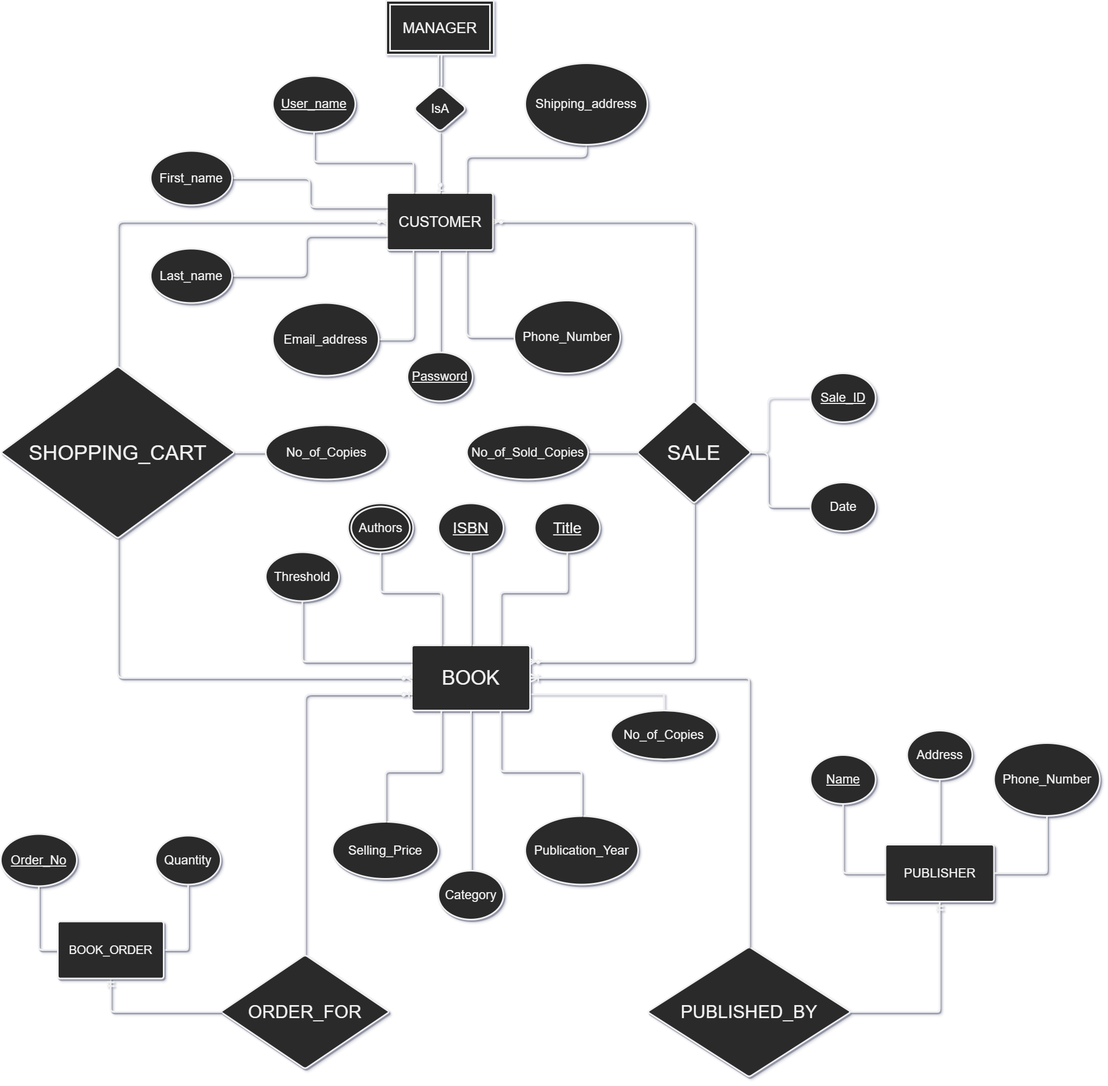
This is ERD.png from MarwanAshrafGouda/BookOrderProcessingSystem, a draw.io export, as it was before one commit. Source tidied: cells renumbered, new cells last; positions are measured from the earlier drawing's top-left corner, leaving out a move shared by most shapes.
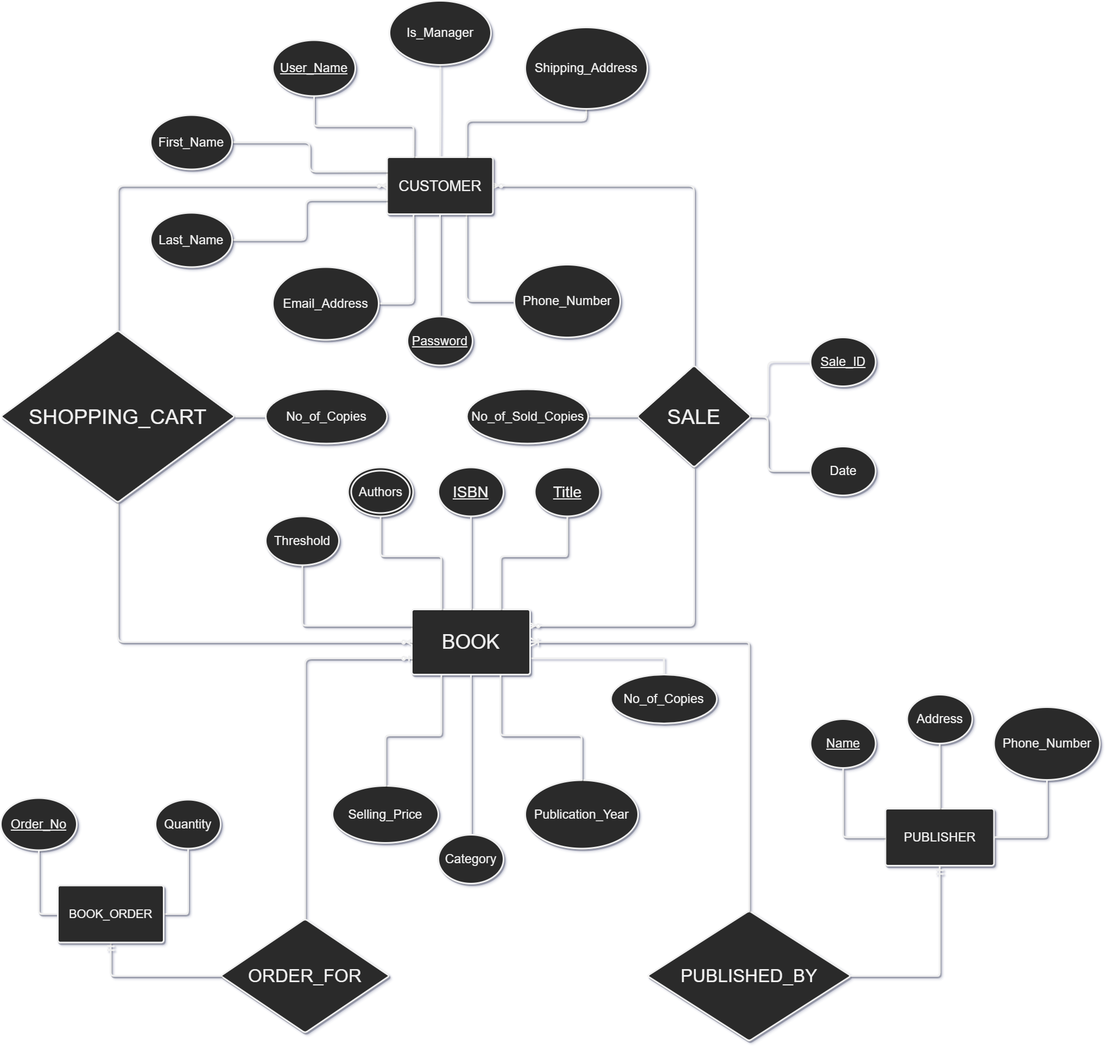
Later version of the same file.

The edit, as a diff of the source:
```diff
@@ -167,7 +167,7 @@
         </Array>
       </mxGeometry>
     </mxCell>
-    <mxCell id="37" value="Last_name" style="html=1;overflow=block;blockSpacing=1;whiteSpace=wrap;ellipse;whiteSpace=wrap;fontSize=23.3;spacing=3.8;strokeOpacity=100;absoluteArcSize=1;arcSize=9;strokeWidth=3;fontFamily=Helvetica;labelBackgroundColor=none;labelBorderColor=none;shadow=1;rounded=1;" parent="1" vertex="1">
+    <mxCell id="37" value="Last_Name" style="html=1;overflow=block;blockSpacing=1;whiteSpace=wrap;ellipse;whiteSpace=wrap;fontSize=23.3;spacing=3.8;strokeOpacity=100;absoluteArcSize=1;arcSize=9;strokeWidth=3;fontFamily=Helvetica;labelBackgroundColor=none;labelBorderColor=none;shadow=1;rounded=1;" parent="1" vertex="1">
       <mxGeometry x="276" y="456.5" width="150" height="100" as="geometry" />
     </mxCell>
     <mxCell id="38" style="edgeStyle=orthogonalEdgeStyle;jettySize=auto;html=1;entryX=0;entryY=0.25;entryDx=0;entryDy=0;endArrow=none;endFill=0;strokeWidth=3;fontFamily=Helvetica;labelBackgroundColor=none;labelBorderColor=none;shadow=1;exitX=1;exitY=0.5;exitDx=0;exitDy=0;" parent="1" edge="1" source="39" target="35">
@@ -178,13 +178,13 @@
         </Array>
       </mxGeometry>
     </mxCell>
-    <mxCell id="39" value="First_name" style="html=1;overflow=block;blockSpacing=1;whiteSpace=wrap;ellipse;whiteSpace=wrap;fontSize=23.3;spacing=3.8;strokeOpacity=100;absoluteArcSize=1;arcSize=9;strokeWidth=3;fontFamily=Helvetica;labelBackgroundColor=none;labelBorderColor=none;shadow=1;rounded=1;" parent="1" vertex="1">
+    <mxCell id="39" value="First_Name" style="html=1;overflow=block;blockSpacing=1;whiteSpace=wrap;ellipse;whiteSpace=wrap;fontSize=23.3;spacing=3.8;strokeOpacity=100;absoluteArcSize=1;arcSize=9;strokeWidth=3;fontFamily=Helvetica;labelBackgroundColor=none;labelBorderColor=none;shadow=1;rounded=1;" parent="1" vertex="1">
       <mxGeometry x="276" y="276.5" width="150" height="100" as="geometry" />
     </mxCell>
     <mxCell id="40" style="edgeStyle=orthogonalEdgeStyle;jettySize=auto;html=1;entryX=0.25;entryY=1;entryDx=0;entryDy=0;endArrow=none;endFill=0;strokeWidth=3;fontFamily=Helvetica;labelBackgroundColor=none;labelBorderColor=none;shadow=1;exitX=1;exitY=0.5;exitDx=0;exitDy=0;exitPerimeter=0;" parent="1" edge="1" source="41" target="35">
       <mxGeometry relative="1" as="geometry" />
     </mxCell>
-    <mxCell id="41" value="Email_address" style="html=1;overflow=block;blockSpacing=1;whiteSpace=wrap;ellipse;whiteSpace=wrap;fontSize=23.3;spacing=3.8;strokeOpacity=100;absoluteArcSize=1;arcSize=9;strokeWidth=3;fontFamily=Helvetica;labelBackgroundColor=none;labelBorderColor=none;shadow=1;rounded=1;" parent="1" vertex="1">
+    <mxCell id="41" value="Email_Address" style="html=1;overflow=block;blockSpacing=1;whiteSpace=wrap;ellipse;whiteSpace=wrap;fontSize=23.3;spacing=3.8;strokeOpacity=100;absoluteArcSize=1;arcSize=9;strokeWidth=3;fontFamily=Helvetica;labelBackgroundColor=none;labelBorderColor=none;shadow=1;rounded=1;" parent="1" vertex="1">
       <mxGeometry x="501" y="556.5" width="195" height="134" as="geometry" />
     </mxCell>
     <mxCell id="42" style="edgeStyle=orthogonalEdgeStyle;jettySize=auto;html=1;endArrow=none;endFill=0;strokeWidth=3;fontFamily=Helvetica;labelBackgroundColor=none;labelBorderColor=none;shadow=1;entryX=0.5;entryY=1;entryDx=0;entryDy=0;" parent="1" edge="1" source="43" target="35">
@@ -193,7 +193,7 @@
     <mxCell id="43" value="Password" style="html=1;overflow=block;blockSpacing=1;whiteSpace=wrap;ellipse;whiteSpace=wrap;fontSize=23.3;fontStyle=4;spacing=3.8;strokeOpacity=100;absoluteArcSize=1;arcSize=9;strokeWidth=3;fontFamily=Helvetica;labelBackgroundColor=none;labelBorderColor=none;shadow=1;rounded=1;" parent="1" vertex="1">
       <mxGeometry x="749" y="647.5" width="120" height="90" as="geometry" />
     </mxCell>
-    <mxCell id="44" value="User_name" style="html=1;overflow=block;blockSpacing=1;whiteSpace=wrap;ellipse;whiteSpace=wrap;fontSize=23.3;fontStyle=4;spacing=3.8;strokeOpacity=100;absoluteArcSize=1;arcSize=9;strokeWidth=3;fontFamily=Helvetica;labelBackgroundColor=none;labelBorderColor=none;shadow=1;rounded=1;" parent="1" vertex="1">
+    <mxCell id="44" value="User_Name" style="html=1;overflow=block;blockSpacing=1;whiteSpace=wrap;ellipse;whiteSpace=wrap;fontSize=23.3;fontStyle=4;spacing=3.8;strokeOpacity=100;absoluteArcSize=1;arcSize=9;strokeWidth=3;fontFamily=Helvetica;labelBackgroundColor=none;labelBorderColor=none;shadow=1;rounded=1;" parent="1" vertex="1">
       <mxGeometry x="501" y="138.5" width="152" height="103" as="geometry" />
     </mxCell>
     <mxCell id="45" style="edgeStyle=orthogonalEdgeStyle;jettySize=auto;html=1;exitX=0.5;exitY=1;exitDx=0;exitDy=0;entryX=0.75;entryY=0;entryDx=0;entryDy=0;endArrow=none;endFill=0;strokeWidth=3;fontFamily=Helvetica;labelBackgroundColor=none;labelBorderColor=none;shadow=1;" parent="1" edge="1" source="46" target="35">
@@ -204,7 +204,7 @@
         </Array>
       </mxGeometry>
     </mxCell>
-    <mxCell id="46" value="Shipping_address" style="html=1;overflow=block;blockSpacing=1;whiteSpace=wrap;ellipse;whiteSpace=wrap;fontSize=23.3;spacing=3.8;strokeOpacity=100;absoluteArcSize=1;arcSize=9;strokeWidth=3;fontFamily=Helvetica;labelBackgroundColor=none;labelBorderColor=none;shadow=1;rounded=1;" parent="1" vertex="1">
+    <mxCell id="46" value="Shipping_Address" style="html=1;overflow=block;blockSpacing=1;whiteSpace=wrap;ellipse;whiteSpace=wrap;fontSize=23.3;spacing=3.8;strokeOpacity=100;absoluteArcSize=1;arcSize=9;strokeWidth=3;fontFamily=Helvetica;labelBackgroundColor=none;labelBorderColor=none;shadow=1;rounded=1;" parent="1" vertex="1">
       <mxGeometry x="966" y="115" width="225" height="150" as="geometry" />
     </mxCell>
     <mxCell id="47" value="Phone_Number" style="html=1;overflow=block;blockSpacing=1;whiteSpace=wrap;ellipse;whiteSpace=wrap;fontSize=23.3;spacing=3.8;strokeOpacity=100;absoluteArcSize=1;arcSize=9;strokeWidth=3;fontFamily=Helvetica;labelBackgroundColor=none;labelBorderColor=none;shadow=1;rounded=1;" parent="1" vertex="1">
@@ -255,15 +255,6 @@
     <mxCell id="56" value="BOOK_ORDER" style="html=1;overflow=block;blockSpacing=1;whiteSpace=wrap;whiteSpace=wrap;fontSize=21.7;spacing=3.8;strokeOpacity=100;absoluteArcSize=1;arcSize=9;strokeWidth=3;fontFamily=Helvetica;labelBackgroundColor=none;labelBorderColor=none;shadow=1;rounded=1;" parent="1" vertex="1">
       <mxGeometry x="105" y="1695.5" width="195" height="105" as="geometry" />
     </mxCell>
-    <mxCell id="57" style="edgeStyle=orthogonalEdgeStyle;jettySize=auto;html=1;endArrow=ERmandOne;endFill=0;strokeWidth=3;exitX=0.5;exitY=0;exitDx=0;exitDy=0;shadow=1;entryX=0.5;entryY=1;entryDx=0;entryDy=0;shape=link;" parent="1" edge="1" source="59" target="69">
-      <mxGeometry relative="1" as="geometry" />
-    </mxCell>
-    <mxCell id="58" style="edgeStyle=orthogonalEdgeStyle;jettySize=auto;html=1;endArrow=ERzeroToOne;endFill=1;entryX=0.5;entryY=0;entryDx=0;entryDy=0;strokeWidth=3;shadow=1;exitX=0.5;exitY=1;exitDx=0;exitDy=0;exitPerimeter=0;" parent="1" edge="1" source="59" target="35">
-      <mxGeometry relative="1" as="geometry" />
-    </mxCell>
-    <mxCell id="59" value="IsA" style="shape=rhombus;perimeter=rhombusPerimeter;whiteSpace=wrap;html=1;align=center;fontSize=23;strokeWidth=3;shadow=1;rounded=1;" parent="1" vertex="1">
-      <mxGeometry x="759.5" y="156" width="99" height="85.5" as="geometry" />
-    </mxCell>
     <mxCell id="60" value="Date" style="html=1;overflow=block;blockSpacing=1;whiteSpace=wrap;ellipse;whiteSpace=wrap;fontSize=23.3;spacing=3.8;strokeOpacity=100;absoluteArcSize=1;arcSize=9;strokeWidth=3;fontFamily=Helvetica;labelBackgroundColor=none;labelBorderColor=none;shadow=1;rounded=1;" parent="1" vertex="1">
       <mxGeometry x="1491.5" y="887" width="120" height="90" as="geometry" />
     </mxCell>
@@ -296,8 +287,11 @@
     <mxCell id="68" value="&lt;u&gt;Sale_ID&lt;/u&gt;" style="html=1;overflow=block;blockSpacing=1;whiteSpace=wrap;ellipse;whiteSpace=wrap;fontSize=23.3;spacing=3.8;strokeOpacity=100;absoluteArcSize=1;arcSize=9;strokeWidth=3;fontFamily=Helvetica;labelBackgroundColor=none;labelBorderColor=none;shadow=1;rounded=1;" parent="1" vertex="1">
       <mxGeometry x="1491.5" y="686" width="120" height="90" as="geometry" />
     </mxCell>
-    <mxCell id="69" value="&lt;span style=&quot;font-size: 27px&quot;&gt;MANAGER&lt;/span&gt;" style="shape=ext;margin=3;double=1;whiteSpace=wrap;html=1;align=center;strokeWidth=3;" parent="1" vertex="1">
-      <mxGeometry x="710" width="198" height="99" as="geometry" />
-    </mxCell>
+    <mxCell id="70" style="edgeStyle=orthogonalEdgeStyle;rounded=0;jettySize=auto;html=1;entryX=0.5;entryY=0;entryDx=0;entryDy=0;exitX=0.5;exitY=1;exitDx=0;exitDy=0;endArrow=none;endFill=0;strokeWidth=3;" parent="1" edge="1" source="71" target="35">
+      <mxGeometry relative="1" as="geometry" />
+    </mxCell>
+    <mxCell id="71" value="Is_Manager" style="html=1;overflow=block;blockSpacing=1;whiteSpace=wrap;ellipse;whiteSpace=wrap;fontSize=23.3;spacing=3.8;strokeOpacity=100;absoluteArcSize=1;arcSize=9;strokeWidth=3;fontFamily=Helvetica;labelBackgroundColor=none;labelBorderColor=none;shadow=1;rounded=1;" parent="1" vertex="1">
+      <mxGeometry x="716" y="66" width="187" height="118" as="geometry" />
+    </mxCell>
   </root>
 </mxGraphModel>
```
